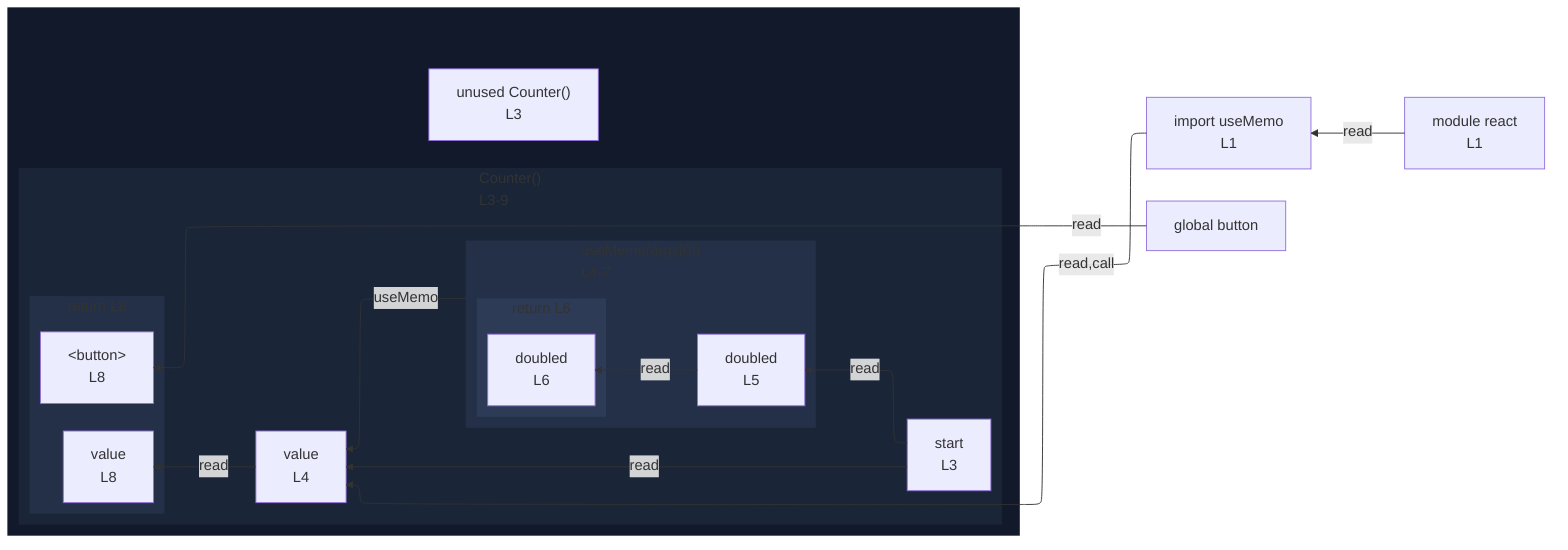
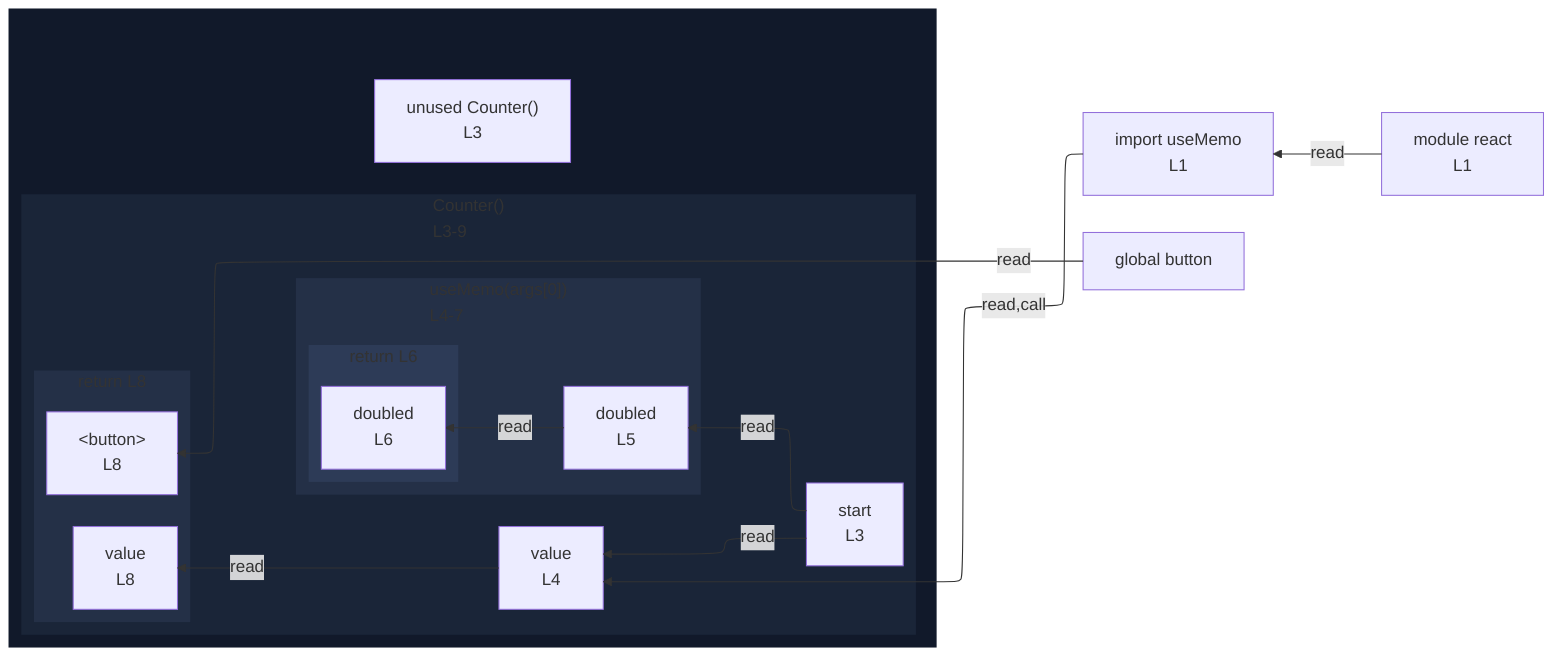
%%{init: {"flowchart": {"defaultRenderer": "elk"}}}%%
flowchart RL
  n_scope_0_useMemo_9["import useMemo<br/>L1"]
  n_scope_0_button_194["global button"]
  subgraph wrap_s_scope_1[" "]
    direction TB
    n_scope_0_Counter_40["unused Counter()<br/>L3"]
    subgraph s_scope_1["Counter()<br/>L3-9"]
      direction RL
      n_scope_1_start_53["start<br/>L3"]
      n_scope_1_value_94["value<br/>L4"]
      subgraph s_scope_2["useMemo(args[0])<br/>L4-7"]
        direction RL
        n_scope_2_doubled_128["doubled<br/>L5"]
        subgraph s_return_scope_0_Counter_40_153_168["return L6"]
          direction RL
          ret_use_ref_5["doubled<br/>L6"]
        end
      end
      subgraph s_return_scope_0_Counter_40_186_218["return L8"]
        direction RL
        ret_use_ref_7["&lt;button&gt;<br/>L8"]
        ret_use_ref_8["value<br/>L8"]
      end
    end
  end
  n_scope_0_useMemo_9 -->|read,call| n_scope_1_value_94
  n_scope_1_start_53 -->|read| n_scope_2_doubled_128
  n_scope_2_doubled_128 -->|read| ret_use_ref_5
  n_scope_1_start_53 -->|read| n_scope_1_value_94
  n_scope_0_button_194 -->|read| ret_use_ref_7
  n_scope_1_value_94 -->|read| ret_use_ref_8
-   s_scope_2 -->|useMemo| n_scope_1_value_94
  mod_react["module react<br/>L1"]
  mod_react -->|read| n_scope_0_useMemo_9
  classDef nestL1 fill:#11192a,stroke:transparent;
  class wrap_s_scope_1 nestL1;
  classDef nestL2 fill:#1a2538,stroke:transparent;
  class s_scope_1 nestL2;
  classDef nestL3 fill:#243047,stroke:transparent;
  class s_scope_2 nestL3;
  class s_return_scope_0_Counter_40_186_218 nestL3;
  classDef nestL4 fill:#2d3b57,stroke:transparent;
  class s_return_scope_0_Counter_40_153_168 nestL4;
